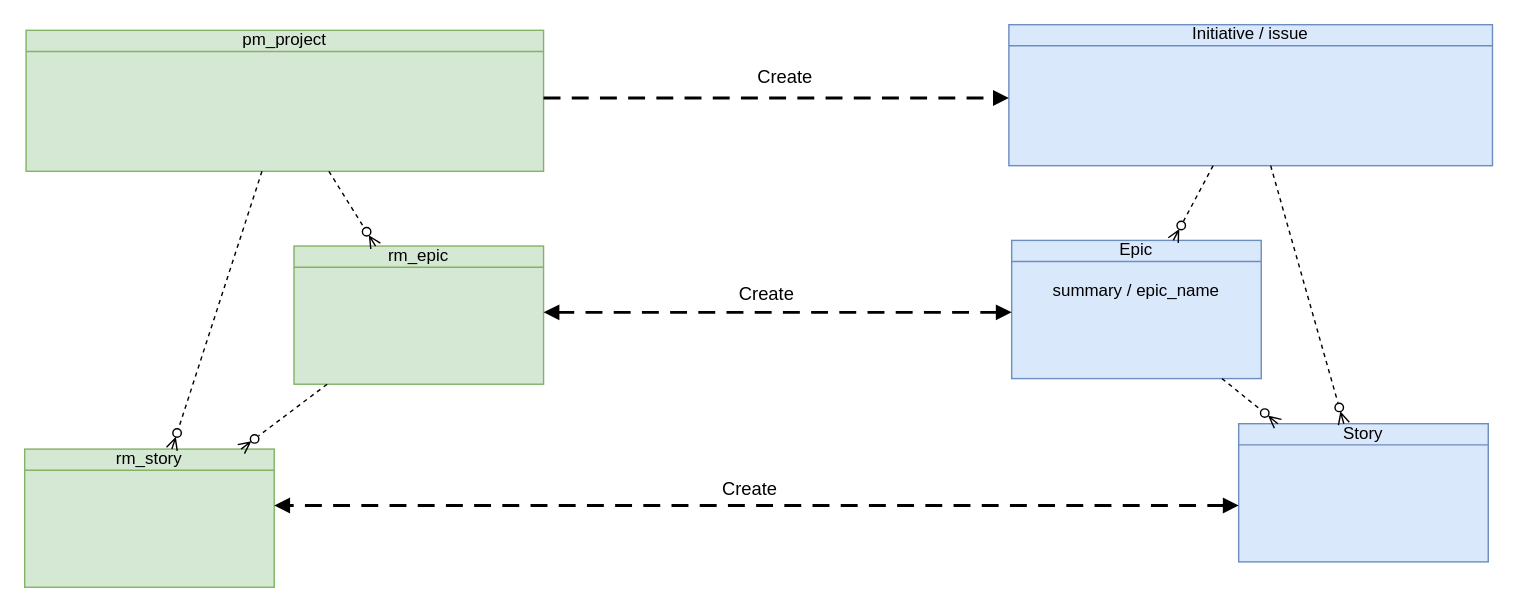
algimas/tmp keeps this draw.io diagram as page "ERD" (2 of 8) of Rossmann.drawio. Above is the earlier version. Source tidied: cells renumbered, new cells numbered last; positions are measured from the earlier drawing's top-left corner, leaving out a move shared by most shapes. Both pictures are drawn from the tidied source at 141%, with x=0, y=0 at pixel (24, 24).
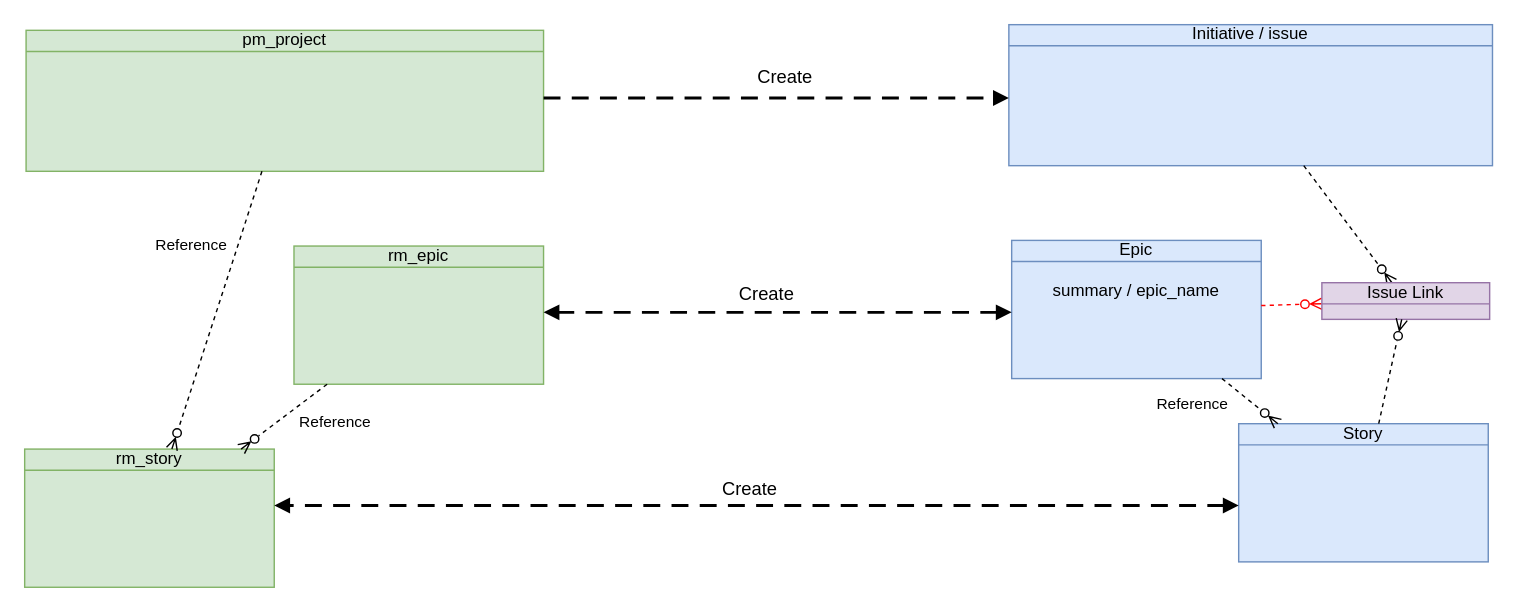
The same page after the edit.

The change refers to these unchanged cells:
```xml
<mxCell id="2" value="rm_epic" style="html=1;outlineConnect=0;whiteSpace=wrap;fillColor=#d5e8d4;shape=mxgraph.archimate3.businessObject;overflow=fill;strokeColor=#82b366;" parent="1" vertex="1">
  <mxGeometry x="191" y="157" width="177" height="98" as="geometry" />
</mxCell>
<mxCell id="4" style="html=1;dashed=1;labelBackgroundColor=none;startArrow=none;endArrow=ERzeroToMany;fontFamily=Verdana;fontSize=12;align=left;startFill=0;endFill=0;" parent="1" edge="1" source="2" target="3">
  <mxGeometry relative="1" as="geometry" />
</mxCell>
<mxCell id="5" value="pm_project" style="html=1;outlineConnect=0;whiteSpace=wrap;fillColor=#d5e8d4;shape=mxgraph.archimate3.businessObject;overflow=fill;strokeColor=#82b366;" parent="1" vertex="1">
  <mxGeometry x="1" y="4" width="367" height="100" as="geometry" />
</mxCell>
<mxCell id="7" style="html=1;dashed=1;labelBackgroundColor=none;startArrow=none;endArrow=ERzeroToMany;fontFamily=Verdana;fontSize=12;align=left;startFill=0;endFill=0;" parent="1" edge="1" source="5" target="3">
  <mxGeometry relative="1" as="geometry" />
</mxCell>
<mxCell id="8" value="Epic&lt;div&gt;&lt;br&gt;&lt;/div&gt;&lt;div&gt;summary / epic_name&lt;/div&gt;" style="html=1;outlineConnect=0;whiteSpace=wrap;fillColor=#dae8fc;shape=mxgraph.archimate3.businessObject;overflow=fill;strokeColor=#6c8ebf;" parent="1" vertex="1">
  <mxGeometry x="700" y="153" width="177" height="98" as="geometry" />
</mxCell>
<mxCell id="9" value="Story" style="html=1;outlineConnect=0;whiteSpace=wrap;fillColor=#dae8fc;shape=mxgraph.archimate3.businessObject;overflow=fill;strokeColor=#6c8ebf;" parent="1" vertex="1">
  <mxGeometry x="861" y="283" width="177" height="98" as="geometry" />
</mxCell>
<mxCell id="10" style="html=1;dashed=1;labelBackgroundColor=none;startArrow=none;endArrow=ERzeroToMany;fontFamily=Verdana;fontSize=12;align=left;startFill=0;endFill=0;" parent="1" edge="1" source="8" target="9">
  <mxGeometry relative="1" as="geometry" />
</mxCell>
<mxCell id="11" value="Initiative / issue" style="html=1;outlineConnect=0;whiteSpace=wrap;fillColor=#dae8fc;shape=mxgraph.archimate3.businessObject;overflow=fill;strokeColor=#6c8ebf;" parent="1" vertex="1">
  <mxGeometry x="698" width="343" height="100" as="geometry" />
</mxCell>
```

Change to the diagram source:
```diff
@@
+    <mxCell id="20" value="Reference" style="edgeLabel;html=1;align=center;verticalAlign=middle;" parent="4" vertex="1">
+      <mxGeometry x="-0.09" y="2" relative="1" as="geometry">
+        <mxPoint x="32" y="4" as="offset" />
+      </mxGeometry>
+    </mxCell>
@@
-    <mxCell id="6" style="html=1;dashed=1;labelBackgroundColor=none;startArrow=none;endArrow=ERzeroToMany;fontFamily=Verdana;fontSize=12;align=left;startFill=0;endFill=0;" parent="1" edge="1" source="5" target="2">
-      <mxGeometry relative="1" as="geometry" />
-    </mxCell>
@@
+    <mxCell id="21" value="Reference" style="edgeLabel;html=1;align=center;verticalAlign=middle;" parent="7" vertex="1">
+      <mxGeometry x="-0.55" relative="1" as="geometry">
+        <mxPoint x="-36" y="7" as="offset" />
+      </mxGeometry>
+    </mxCell>
@@
+    <mxCell id="22" value="Reference" style="edgeLabel;html=1;align=center;verticalAlign=middle;" parent="10" vertex="1">
+      <mxGeometry x="-0.37" y="1" relative="1" as="geometry">
+        <mxPoint x="-35" y="8" as="offset" />
+      </mxGeometry>
+    </mxCell>
@@
-    <mxCell id="12" style="html=1;dashed=1;labelBackgroundColor=none;startArrow=none;endArrow=ERzeroToMany;fontFamily=Verdana;fontSize=12;align=left;startFill=0;endFill=0;" parent="1" edge="1" source="11" target="8">
+    <mxCell id="12" style="html=1;dashed=1;labelBackgroundColor=none;startArrow=none;endArrow=ERzeroToMany;fontFamily=Verdana;fontSize=12;align=left;startFill=0;endFill=0;strokeWidth=1;strokeColor=#FF0000;" parent="1" edge="1" source="8" target="23">
       <mxGeometry relative="1" as="geometry" />
     </mxCell>
@@
-    <mxCell id="19" style="html=1;dashed=1;labelBackgroundColor=none;startArrow=none;endArrow=ERzeroToMany;fontFamily=Verdana;fontSize=12;align=left;startFill=0;endFill=0;" parent="1" edge="1" source="11" target="9">
+    <mxCell id="19" style="html=1;dashed=1;labelBackgroundColor=none;startArrow=none;endArrow=ERzeroToMany;fontFamily=Verdana;fontSize=12;align=left;startFill=0;endFill=0;" parent="1" edge="1" source="11" target="23">
       <mxGeometry relative="1" as="geometry" />
     </mxCell>
+    <mxCell id="23" value="Issue Link" style="html=1;outlineConnect=0;whiteSpace=wrap;fillColor=#e1d5e7;shape=mxgraph.archimate3.businessObject;overflow=fill;strokeColor=#9673a6;" parent="1" vertex="1">
+      <mxGeometry x="920" y="183" width="119" height="26" as="geometry" />
+    </mxCell>
+    <mxCell id="24" style="html=1;dashed=1;labelBackgroundColor=none;startArrow=none;endArrow=ERzeroToMany;fontFamily=Verdana;fontSize=12;align=left;startFill=0;endFill=0;" parent="1" edge="1" source="9" target="23">
+      <mxGeometry relative="1" as="geometry" />
+    </mxCell>
```
